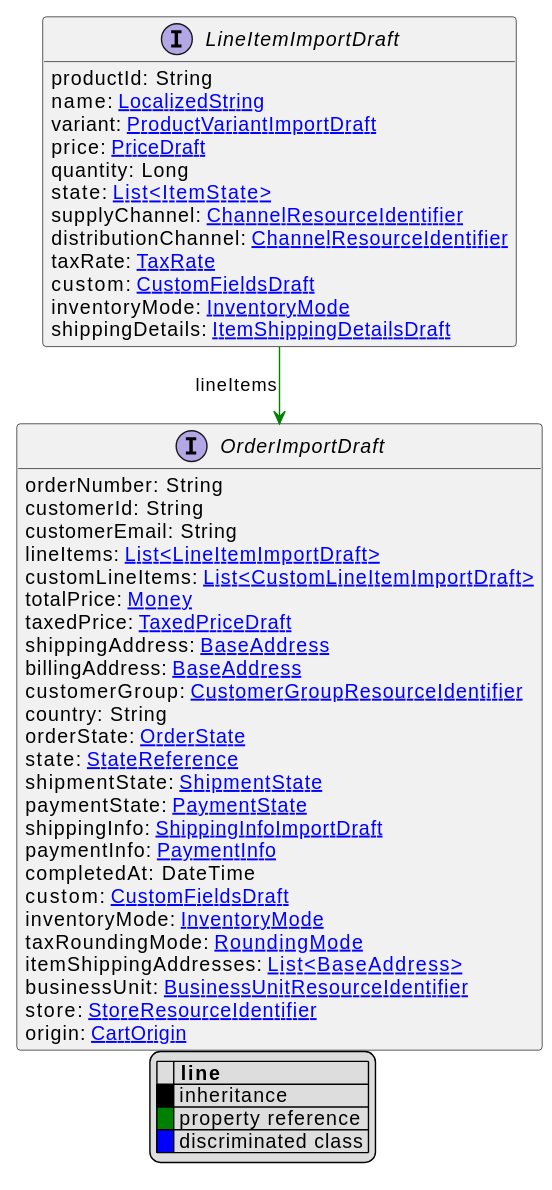
The PlantUML diagram uml/api/svg/LineItemImportDraft.svg in commercetools/commercetools-api-reference, before a commit.
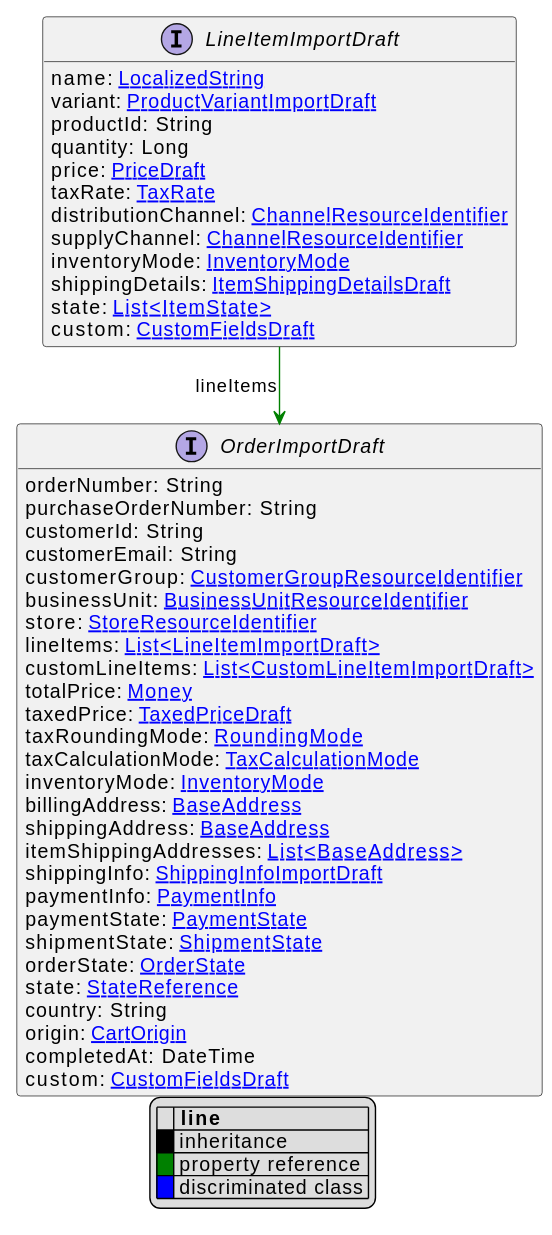
The same file after the commit.

The edit, as a diff of the source:
```diff
@@ -9,48 +9,50 @@
 |<back:blue>   </back>| discriminated class |
 endlegend
 interface LineItemImportDraft [[LineItemImportDraft.svg]]  {
-    productId: String
     name: [[LocalizedString.svg LocalizedString]]
     variant: [[ProductVariantImportDraft.svg ProductVariantImportDraft]]
+    productId: String
+    quantity: Long
     price: [[PriceDraft.svg PriceDraft]]
-    quantity: Long
-    state: [[ItemState.svg List<ItemState>]]
+    taxRate: [[TaxRate.svg TaxRate]]
+    distributionChannel: [[ChannelResourceIdentifier.svg ChannelResourceIdentifier]]
     supplyChannel: [[ChannelResourceIdentifier.svg ChannelResourceIdentifier]]
-    distributionChannel: [[ChannelResourceIdentifier.svg ChannelResourceIdentifier]]
-    taxRate: [[TaxRate.svg TaxRate]]
-    custom: [[CustomFieldsDraft.svg CustomFieldsDraft]]
     inventoryMode: [[InventoryMode.svg InventoryMode]]
     shippingDetails: [[ItemShippingDetailsDraft.svg ItemShippingDetailsDraft]]
+    state: [[ItemState.svg List<ItemState>]]
+    custom: [[CustomFieldsDraft.svg CustomFieldsDraft]]
 }
 
 
 
 interface OrderImportDraft [[OrderImportDraft.svg]]  {
     orderNumber: String
+    purchaseOrderNumber: String
     customerId: String
     customerEmail: String
+    customerGroup: [[CustomerGroupResourceIdentifier.svg CustomerGroupResourceIdentifier]]
+    businessUnit: [[BusinessUnitResourceIdentifier.svg BusinessUnitResourceIdentifier]]
+    store: [[StoreResourceIdentifier.svg StoreResourceIdentifier]]
     lineItems: [[LineItemImportDraft.svg List<LineItemImportDraft>]]
     customLineItems: [[CustomLineItemImportDraft.svg List<CustomLineItemImportDraft>]]
     totalPrice: [[Money.svg Money]]
     taxedPrice: [[TaxedPriceDraft.svg TaxedPriceDraft]]
+    taxRoundingMode: [[RoundingMode.svg RoundingMode]]
+    taxCalculationMode: [[TaxCalculationMode.svg TaxCalculationMode]]
+    inventoryMode: [[InventoryMode.svg InventoryMode]]
+    billingAddress: [[BaseAddress.svg BaseAddress]]
     shippingAddress: [[BaseAddress.svg BaseAddress]]
-    billingAddress: [[BaseAddress.svg BaseAddress]]
-    customerGroup: [[CustomerGroupResourceIdentifier.svg CustomerGroupResourceIdentifier]]
-    country: String
+    itemShippingAddresses: [[BaseAddress.svg List<BaseAddress>]]
+    shippingInfo: [[ShippingInfoImportDraft.svg ShippingInfoImportDraft]]
+    paymentInfo: [[PaymentInfo.svg PaymentInfo]]
+    paymentState: [[PaymentState.svg PaymentState]]
+    shipmentState: [[ShipmentState.svg ShipmentState]]
     orderState: [[OrderState.svg OrderState]]
     state: [[StateReference.svg StateReference]]
-    shipmentState: [[ShipmentState.svg ShipmentState]]
-    paymentState: [[PaymentState.svg PaymentState]]
-    shippingInfo: [[ShippingInfoImportDraft.svg ShippingInfoImportDraft]]
-    paymentInfo: [[PaymentInfo.svg PaymentInfo]]
+    country: String
+    origin: [[CartOrigin.svg CartOrigin]]
     completedAt: DateTime
     custom: [[CustomFieldsDraft.svg CustomFieldsDraft]]
-    inventoryMode: [[InventoryMode.svg InventoryMode]]
-    taxRoundingMode: [[RoundingMode.svg RoundingMode]]
-    itemShippingAddresses: [[BaseAddress.svg List<BaseAddress>]]
-    businessUnit: [[BusinessUnitResourceIdentifier.svg BusinessUnitResourceIdentifier]]
-    store: [[StoreResourceIdentifier.svg StoreResourceIdentifier]]
-    origin: [[CartOrigin.svg CartOrigin]]
 }
 
 LineItemImportDraft --> OrderImportDraft #green;text:green : "lineItems"
```
